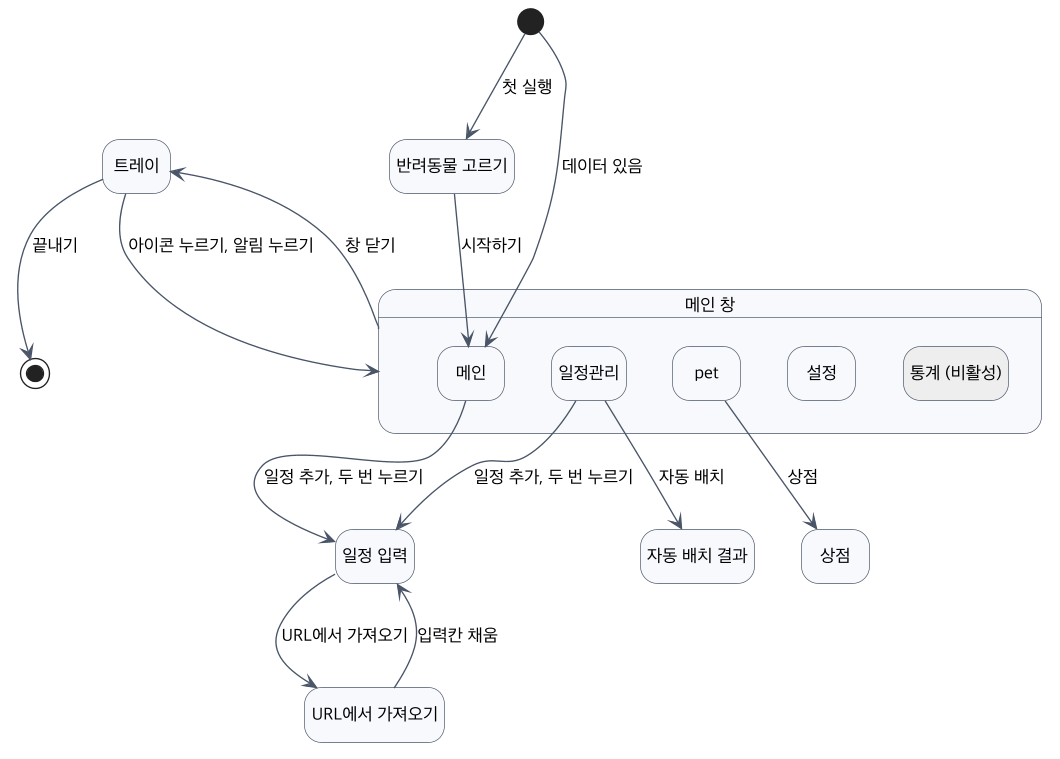
Above: docs/diagrams/ui-flow.png in 2026-2-software-system-design-11/planning-pet-app (PlantUML), before the change. Its diagram source:
```plantuml
@startuml ui-flow
skinparam defaultFontName "Apple SD Gothic Neo"
skinparam defaultFontSize 13
skinparam dpi 130
skinparam shadowing false
skinparam ArrowColor #4A5568
skinparam state {
  BackgroundColor #F7F9FC
  BorderColor #4A5568
}
hide empty description

state "반려동물 고르기" as Pick
state "트레이" as Tray
state "메인 창" as Win {
  state "메인" as Main
  state "일정관리" as Sched
  state "pet" as Pet
  state "설정" as Set
  state "통계 (비활성)" as Stat #EEEEEE
}
state "일정 입력" as Form
state "URL에서 가져오기" as Url
state "자동 배치 결과" as Place
state "상점" as Shop

[*] --> Pick : 첫 실행
[*] --> Main : 데이터 있음
Pick --> Main : 시작하기
Main --> Form : 일정 추가, 두 번 누르기
Sched --> Form : 일정 추가, 두 번 누르기
Form --> Url : URL에서 가져오기
Url --> Form : 입력칸 채움
Sched --> Place : 자동 배치
Pet --> Shop : 상점
Win --> Tray : 창 닫기
Tray --> Win : 아이콘 누르기, 알림 누르기
Tray --> [*] : 끝내기
@enduml
```
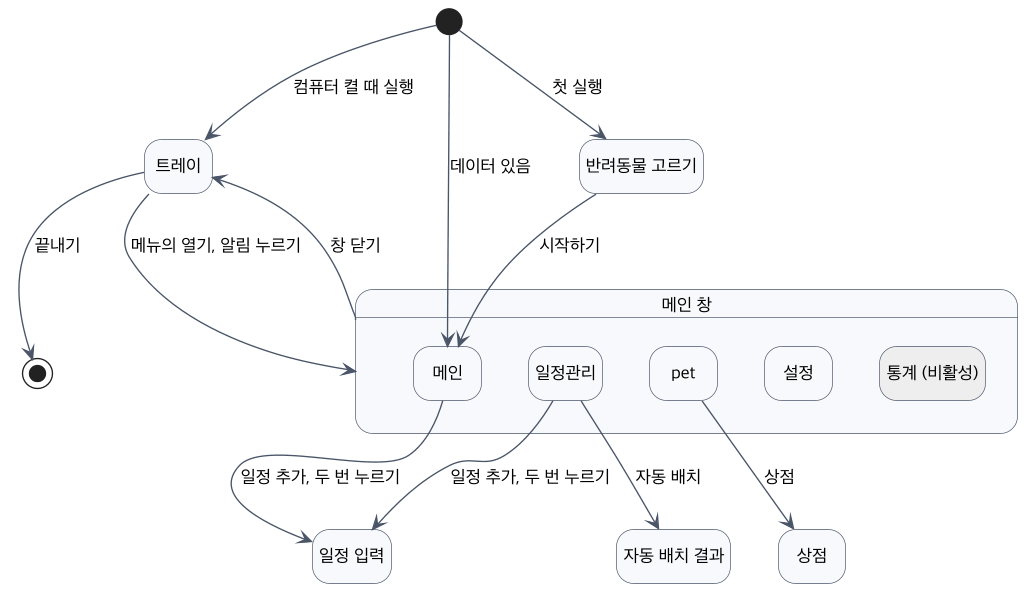
After the commit.

Commit message:
docs(ui): 화면 흐름에서 URL 창을 빼고 자동 실행을 넣음 (#25)

What changed in the source:
```diff
@@ -20,20 +20,18 @@
   state "통계 (비활성)" as Stat #EEEEEE
 }
 state "일정 입력" as Form
-state "URL에서 가져오기" as Url
 state "자동 배치 결과" as Place
 state "상점" as Shop
 
 [*] --> Pick : 첫 실행
 [*] --> Main : 데이터 있음
+[*] --> Tray : 컴퓨터 켤 때 실행
 Pick --> Main : 시작하기
 Main --> Form : 일정 추가, 두 번 누르기
 Sched --> Form : 일정 추가, 두 번 누르기
-Form --> Url : URL에서 가져오기
-Url --> Form : 입력칸 채움
 Sched --> Place : 자동 배치
 Pet --> Shop : 상점
 Win --> Tray : 창 닫기
-Tray --> Win : 아이콘 누르기, 알림 누르기
+Tray --> Win : 메뉴의 열기, 알림 누르기
 Tray --> [*] : 끝내기
 @enduml
```
